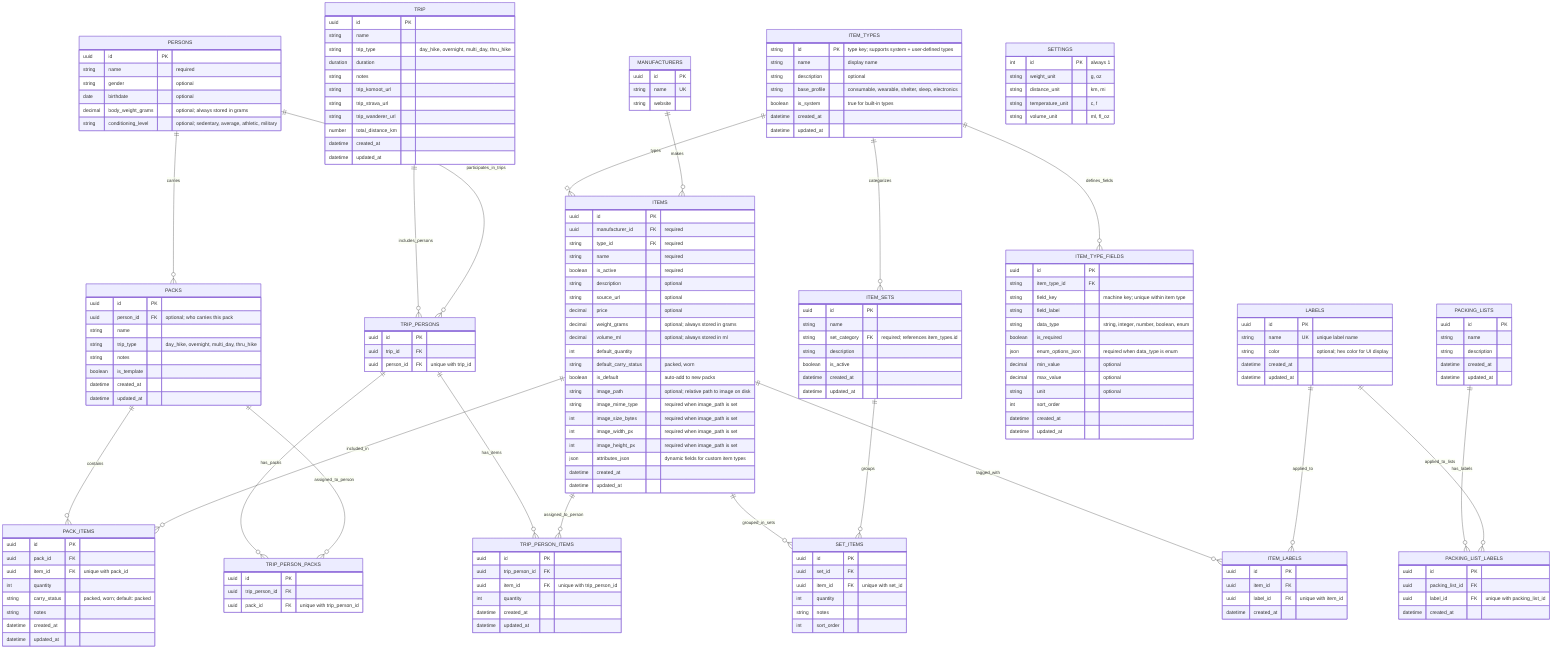
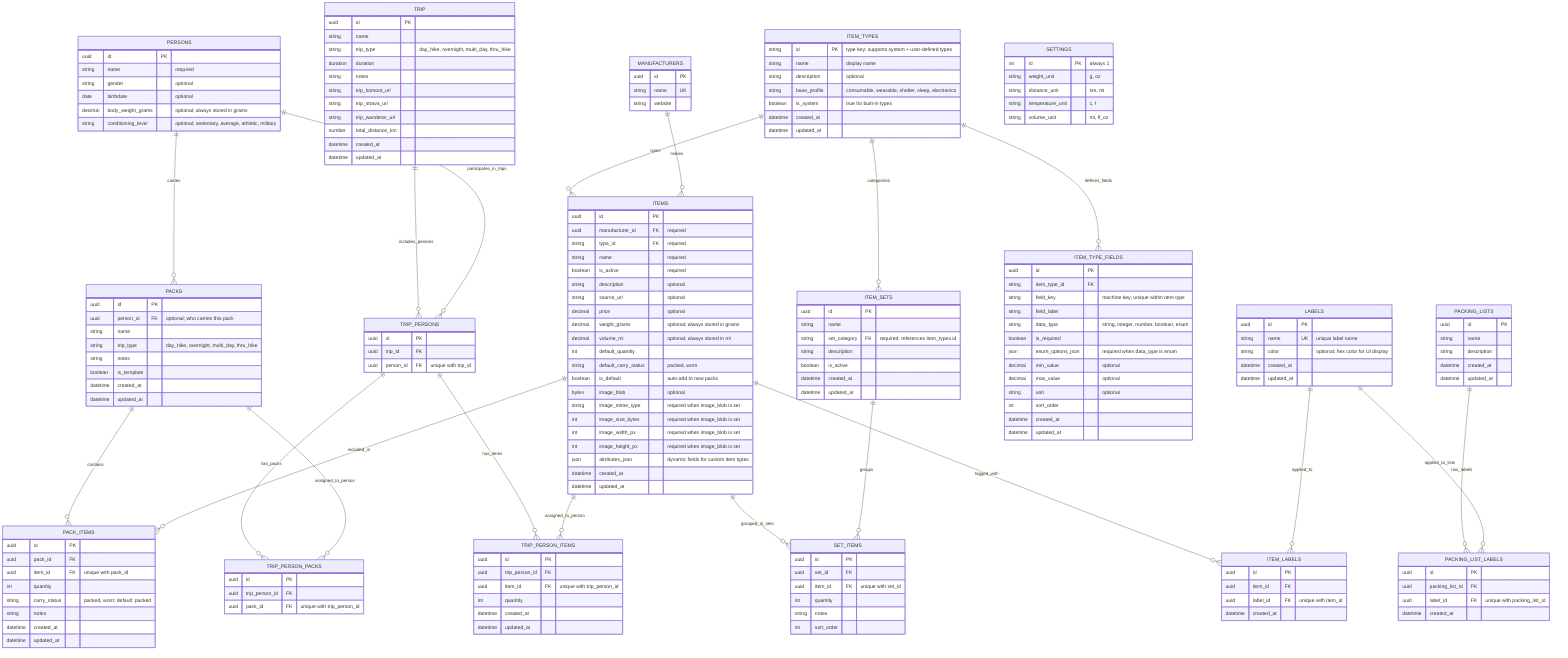

erDiagram
    PACKS ||--o{ PACK_ITEMS : contains
    PERSONS ||--o{ PACKS : carries

    ITEMS ||--o{ PACK_ITEMS : included_in
    ITEMS ||--o{ SET_ITEMS : grouped_in_sets
    ITEMS ||--o{ ITEM_LABELS : tagged_with

    LABELS ||--o{ ITEM_LABELS : applied_to

    ITEM_SETS ||--o{ SET_ITEMS : groups
    ITEM_TYPES ||--o{ ITEM_SETS : categorizes

    ITEM_TYPES ||--o{ ITEMS : types
    ITEM_TYPES ||--o{ ITEM_TYPE_FIELDS : defines_fields
    MANUFACTURERS ||--o{ ITEMS : makes

    TRIP ||--o{ TRIP_PERSONS : includes_persons
    PERSONS ||--o{ TRIP_PERSONS : participates_in_trips

    TRIP_PERSONS ||--o{ TRIP_PERSON_PACKS : has_packs
    PACKS ||--o{ TRIP_PERSON_PACKS : assigned_to_person

    TRIP_PERSONS ||--o{ TRIP_PERSON_ITEMS : has_items
    ITEMS ||--o{ TRIP_PERSON_ITEMS : assigned_to_person

    PACKING_LISTS ||--o{ PACKING_LIST_LABELS : has_labels
    LABELS ||--o{ PACKING_LIST_LABELS : applied_to_lists

    SETTINGS {
        int id PK "always 1"
        string weight_unit "g, oz"
        string distance_unit "km, mi"
        string temperature_unit "c, f"
        string volume_unit "ml, fl_oz"
    }

    PERSONS {
        uuid id PK
        string name "required"
        string gender "optional"
        date birthdate "optional"
        decimal body_weight_grams "optional; always stored in grams"
        string conditioning_level "optional; sedentary, average, athletic, military"
    }

    ITEMS {
        uuid id PK
        uuid manufacturer_id FK "required"
        string type_id FK "required"
        string name "required"
        boolean is_active "required"
        string description "optional"
        string source_url "optional"
        decimal price "optional"
        decimal weight_grams "optional; always stored in grams"
        decimal volume_ml "optional; always stored in ml"
        int default_quantity
        string default_carry_status "packed, worn"
        boolean is_default "auto-add to new packs"
-         string image_path "optional; relative path to image on disk"
-         string image_mime_type "required when image_path is set"
-         int image_size_bytes "required when image_path is set"
-         int image_width_px "required when image_path is set"
-         int image_height_px "required when image_path is set"
+         bytes image_blob "optional"
+         string image_mime_type "required when image_blob is set"
+         int image_size_bytes "required when image_blob is set"
+         int image_width_px "required when image_blob is set"
+         int image_height_px "required when image_blob is set"
        json attributes_json "dynamic fields for custom item types"
        datetime created_at
        datetime updated_at
    }

    ITEM_TYPES {
        string id PK "type key; supports system + user-defined types"
        string name "display name"
        string description "optional"
        string base_profile "consumable, wearable, shelter, sleep, electronics"
        boolean is_system "true for built-in types"
        datetime created_at
        datetime updated_at
    }

    ITEM_TYPE_FIELDS {
        uuid id PK
        string item_type_id FK
        string field_key "machine key; unique within item type"
        string field_label
        string data_type "string, integer, number, boolean, enum"
        boolean is_required
        json enum_options_json "required when data_type is enum"
        decimal min_value "optional"
        decimal max_value "optional"
        string unit "optional"
        int sort_order
        datetime created_at
        datetime updated_at
    }

    LABELS {
        uuid id PK
        string name UK "unique label name"
        string color "optional; hex color for UI display"
        datetime created_at
        datetime updated_at
    }

    ITEM_LABELS {
        uuid id PK
        uuid item_id FK
        uuid label_id FK "unique with item_id"
        datetime created_at
    }

    MANUFACTURERS {
        uuid id PK
        string name UK
        string website
    }

    ITEM_SETS {
        uuid id PK
        string name
        string set_category FK "required; references item_types.id"
        string description
        boolean is_active
        datetime created_at
        datetime updated_at
    }

    SET_ITEMS {
        uuid id PK
        uuid set_id FK
        uuid item_id FK "unique with set_id"
        int quantity
        string notes
        int sort_order
    }

    PACKS {
        uuid id PK
        uuid person_id FK "optional; who carries this pack"
        string name
        string trip_type "day_hike, overnight, multi_day, thru_hike"
        string notes
        boolean is_template
        datetime created_at
        datetime updated_at
    }

    PACK_ITEMS {
        uuid id PK
        uuid pack_id FK
        uuid item_id FK "unique with pack_id"
        int quantity
        string carry_status "packed, worn; default: packed"
        string notes
        datetime created_at
        datetime updated_at
    }

    TRIP {
        uuid id PK
        string name
        string trip_type "day_hike, overnight, multi_day, thru_hike"
        duration duration
        string notes
        string trip_komoot_url
        string trip_strava_url
        string trip_wanderer_url
        number total_distance_km
        datetime created_at
        datetime updated_at
    }

    TRIP_PERSONS {
        uuid id PK
        uuid trip_id FK
        uuid person_id FK "unique with trip_id"
    }

    TRIP_PERSON_PACKS {
        uuid id PK
        uuid trip_person_id FK
        uuid pack_id FK "unique with trip_person_id"
    }

    TRIP_PERSON_ITEMS {
        uuid id PK
        uuid trip_person_id FK
        uuid item_id FK "unique with trip_person_id"
        int quantity
        datetime created_at
        datetime updated_at
    }

    PACKING_LISTS {
        uuid id PK
        string name
        string description
        datetime created_at
        datetime updated_at
    }

    PACKING_LIST_LABELS {
        uuid id PK
        uuid packing_list_id FK
        uuid label_id FK "unique with packing_list_id"
        datetime created_at
    }